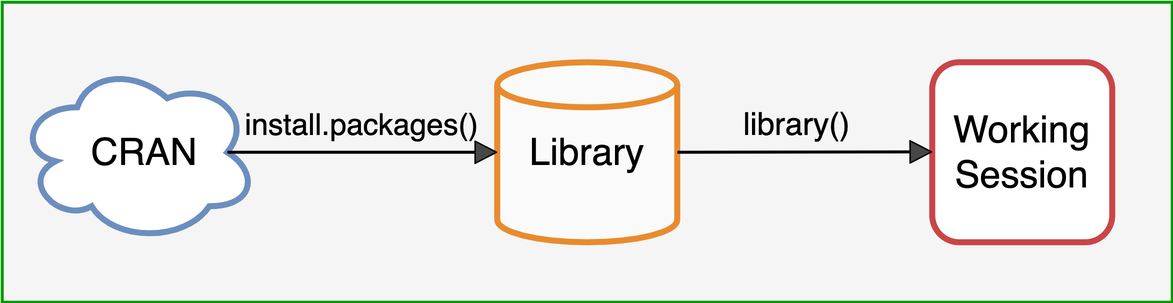
The draw.io diagram images/packages-process.png in psicostat/Introduction2R, before a commit. Source tidied: cells renumbered, new cells last; positions are measured from the earlier drawing's top-left corner, leaving out a move shared by most shapes.
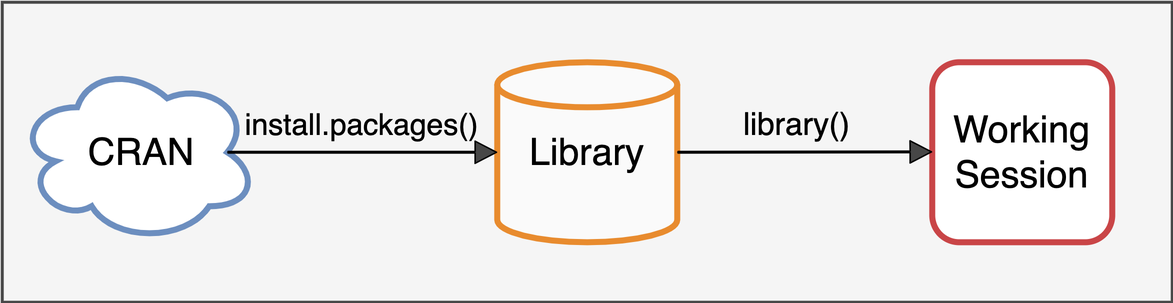
After the change.

What changed in the source:
```diff
@@ -2,7 +2,7 @@
   <root>
     <mxCell id="0" />
     <mxCell id="1" parent="0" />
-    <mxCell id="2" style="rounded=0;whiteSpace=wrap;html=1;fontSize=25;fontColor=#333333;fillColor=#f5f5f5;strokeColor=#009900;strokeWidth=2;" parent="1" vertex="1">
+    <mxCell id="2" style="rounded=0;whiteSpace=wrap;html=1;fontSize=25;fontColor=#333333;fillColor=#f5f5f5;strokeWidth=2;strokeColor=#474747;" parent="1" vertex="1">
       <mxGeometry width="780" height="200" as="geometry" />
     </mxCell>
     <mxCell id="3" style="ellipse;shape=cloud;whiteSpace=wrap;html=1;strokeWidth=4;strokeColor=#6c8ebf;fillColor=#FFFFFF;" parent="1" vertex="1">
@@ -23,7 +23,7 @@
       </mxGeometry>
     </mxCell>
     <mxCell id="8" value="CRAN" style="text;html=1;strokeColor=none;fillColor=none;align=center;verticalAlign=middle;whiteSpace=wrap;rounded=0;fontSize=25;" parent="1" vertex="1">
-      <mxGeometry x="75" y="90" width="40" height="20" as="geometry" />
+      <mxGeometry x="73" y="90" width="40" height="20" as="geometry" />
     </mxCell>
     <mxCell id="9" value="Library" style="text;html=1;strokeColor=none;fillColor=none;align=center;verticalAlign=middle;whiteSpace=wrap;rounded=0;fontSize=25;" parent="1" vertex="1">
       <mxGeometry x="370" y="90" width="40" height="20" as="geometry" />
```
